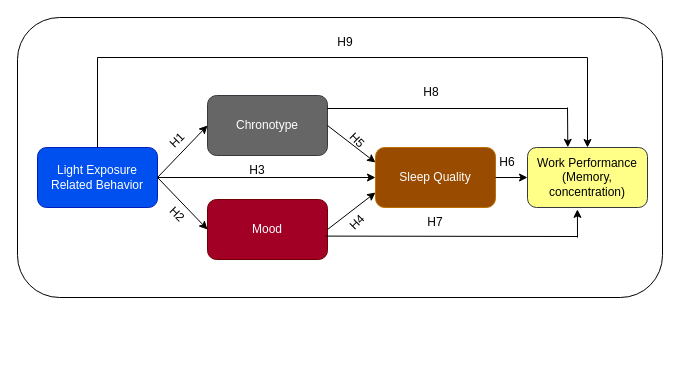
Above: Figures/Theoritical frame work.drawio in ILLMMU/Study2 (draw.io), before the change. Source tidied: cells renumbered, new cells numbered last; positions are measured from the earlier drawing's top-left corner, leaving out a move shared by most shapes. Both pictures are drawn from the tidied source at 100%, with x=0, y=0 at pixel (17, 17).
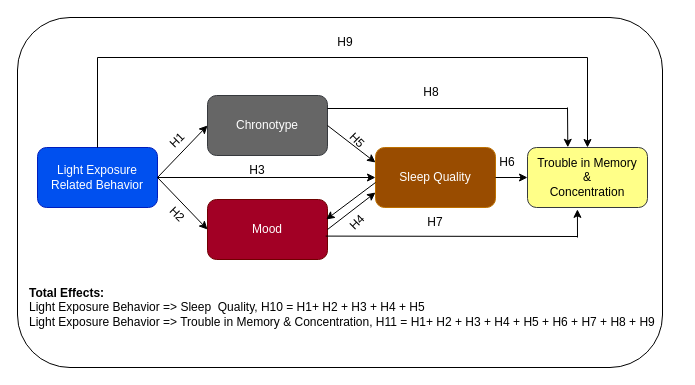
After the change.

Diff of the diagram source:
```diff
@@
     <mxCell id="2" style="rounded=1;whiteSpace=wrap;html=1;" parent="1" vertex="1">
-      <mxGeometry width="645" height="280" as="geometry" />
+      <mxGeometry width="645" height="350" as="geometry" />
     </mxCell>
@@
-    <mxCell id="7" value="Work Performance&lt;br&gt;(Memory, concentration)" style="rounded=1;whiteSpace=wrap;html=1;fillColor=#ffff88;strokeColor=#36393d;" parent="1" vertex="1">
+    <mxCell id="7" value="Trouble in Memory&lt;br&gt;&amp;amp;&lt;br&gt;Concentration" style="rounded=1;whiteSpace=wrap;html=1;fillColor=#ffff88;strokeColor=#36393d;" parent="1" vertex="1">
       <mxGeometry x="510" y="130" width="120" height="60" as="geometry" />
     </mxCell>
@@
+    <mxCell id="29" style="endArrow=classic;html=1;rounded=0;entryX=1.006;entryY=0.383;entryDx=0;entryDy=0;entryPerimeter=0;" parent="1" edge="1">
+      <mxGeometry relative="1" as="geometry">
+        <mxPoint x="358" y="165" as="sourcePoint" />
+        <mxPoint x="308.7" y="202" as="targetPoint" />
+      </mxGeometry>
+    </mxCell>
+    <mxCell id="30" value="&lt;div style=&quot;&quot;&gt;&lt;b style=&quot;background-color: initial;&quot;&gt;Total Effects:&lt;/b&gt;&lt;/div&gt;Light Exposure Behavior =&amp;gt; Sleep&amp;nbsp; Quality, H10 = H1+ H2 + H3 + H4 + H5&lt;br&gt;Light Exposure Behavior =&amp;gt; Trouble in Memory &amp;amp; Concentration, H11 = H1+ H2 + H3 + H4 + H5 + H6 + H7 + H8 + H9" style="text;html=1;align=left;verticalAlign=middle;strokeColor=none;fillColor=none;" parent="1" vertex="1">
+      <mxGeometry x="10" y="260" width="650" height="60" as="geometry" />
+    </mxCell>
```
